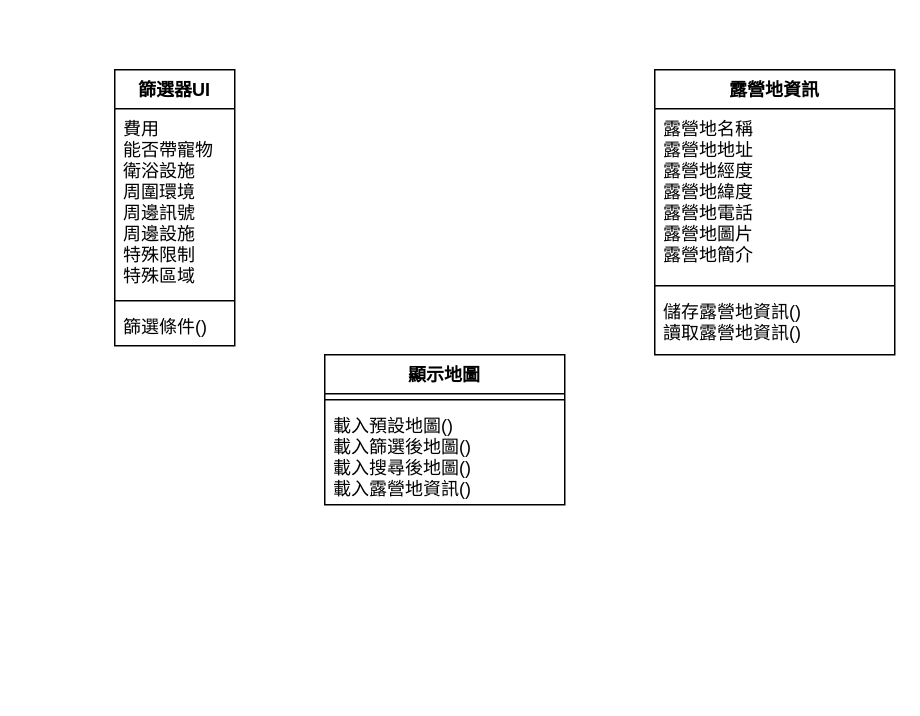
The draw.io diagram page "類別圖" (3 of 3) of UI圖.drawio in sanchongdragon/DrawIOTest, before the edit. Source tidied: cells renumbered, new cells numbered last; positions are measured from the earlier drawing's top-left corner, leaving out a move shared by most shapes. Both pictures are drawn from the tidied source at 150%, with x=0, y=0 at pixel (114, 69).
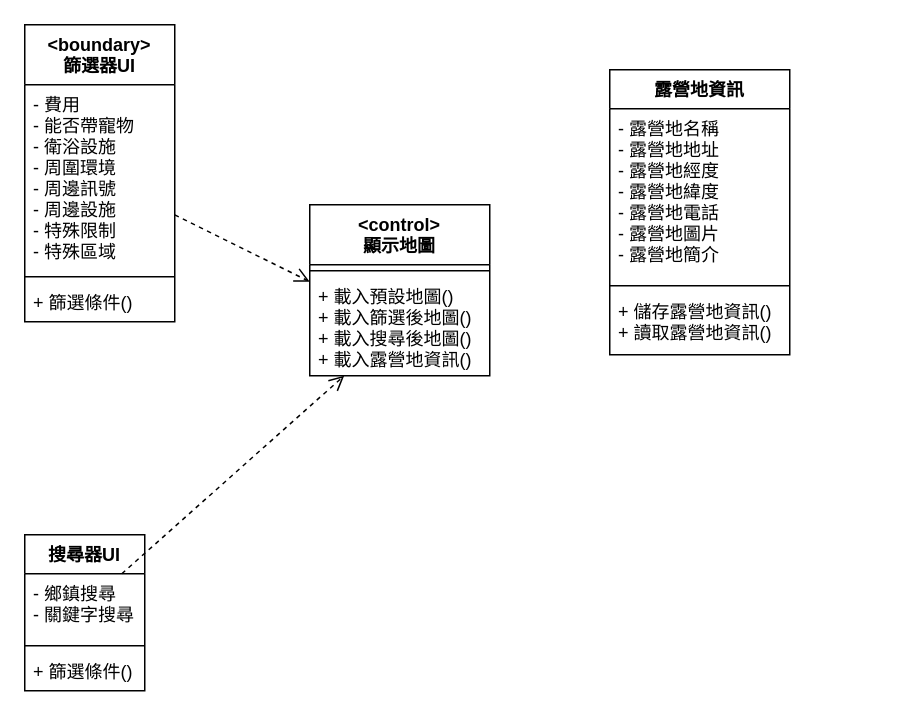
Above is the later version.

Diff of the diagram source:
```diff
@@
 <mxGraphModel>
   <root>
     <mxCell id="0" />
     <mxCell id="1" parent="0" />
-    <mxCell id="2" value="顯示地圖" style="swimlane;fontStyle=1;align=center;verticalAlign=top;horizontal=1;startSize=26;" parent="1" vertex="1">
-      <mxGeometry x="140" y="190" width="160" height="100" as="geometry" />
+    <mxCell id="2" value="&lt;control&gt;&#10;顯示地圖" style="swimlane;fontStyle=1;align=center;verticalAlign=top;horizontal=1;startSize=40;" parent="1" vertex="1">
+      <mxGeometry x="130" y="90" width="120" height="114" as="geometry" />
     </mxCell>
     <mxCell id="3" style="line;strokeWidth=1;fillColor=none;align=left;verticalAlign=middle;spacingTop=-1;spacingLeft=3;spacingRight=3;labelPosition=right;" parent="2" vertex="1">
-      <mxGeometry y="26" width="160" height="8" as="geometry" />
+      <mxGeometry y="40" width="120" height="8" as="geometry" />
     </mxCell>
-    <mxCell id="4" value="載入預設地圖()&#10;載入篩選後地圖()&#10;載入搜尋後地圖()&#10;載入露營地資訊()" style="text;strokeColor=none;fillColor=none;align=left;verticalAlign=top;spacingLeft=4;spacingRight=4;overflow=hidden;points=[[0,0.5],[1,0.5]];portConstraint=eastwest;" parent="2" vertex="1">
-      <mxGeometry y="34" width="160" height="66" as="geometry" />
+    <mxCell id="4" value="+ 載入預設地圖()&#10;+ 載入篩選後地圖()&#10;+ 載入搜尋後地圖()&#10;+ 載入露營地資訊()" style="text;strokeColor=none;fillColor=none;align=left;verticalAlign=top;spacingLeft=4;spacingRight=4;overflow=hidden;points=[[0,0.5],[1,0.5]];portConstraint=eastwest;" parent="2" vertex="1">
+      <mxGeometry y="48" width="120" height="66" as="geometry" />
     </mxCell>
     <mxCell id="5" value="露營地資訊" style="swimlane;fontStyle=1;align=center;verticalAlign=top;horizontal=1;startSize=26;" parent="1" vertex="1">
-      <mxGeometry x="360" width="160" height="190" as="geometry" />
+      <mxGeometry x="330" width="120" height="190" as="geometry" />
     </mxCell>
-    <mxCell id="6" value="露營地名稱&#10;露營地地址&#10;露營地經度&#10;露營地緯度&#10;露營地電話&#10;露營地圖片&#10;露營地簡介" style="text;strokeColor=none;fillColor=none;align=left;verticalAlign=top;spacingLeft=4;spacingRight=4;overflow=hidden;" parent="5" vertex="1">
-      <mxGeometry y="26" width="160" height="114" as="geometry" />
+    <mxCell id="6" value="- 露營地名稱&#10;- 露營地地址&#10;- 露營地經度&#10;- 露營地緯度&#10;- 露營地電話&#10;- 露營地圖片&#10;- 露營地簡介" style="text;strokeColor=none;fillColor=none;align=left;verticalAlign=top;spacingLeft=4;spacingRight=4;overflow=hidden;" parent="5" vertex="1">
+      <mxGeometry y="26" width="120" height="114" as="geometry" />
     </mxCell>
     <mxCell id="7" style="line;strokeWidth=1;fillColor=none;align=left;verticalAlign=middle;spacingTop=-1;spacingLeft=3;spacingRight=3;labelPosition=right;" parent="5" vertex="1">
-      <mxGeometry y="140" width="160" height="8" as="geometry" />
+      <mxGeometry y="140" width="120" height="8" as="geometry" />
     </mxCell>
-    <mxCell id="8" value="儲存露營地資訊()&#10;讀取露營地資訊()" style="text;strokeColor=none;fillColor=none;align=left;verticalAlign=top;spacingLeft=4;spacingRight=4;overflow=hidden;" parent="5" vertex="1">
-      <mxGeometry y="148" width="160" height="42" as="geometry" />
+    <mxCell id="8" value="+ 儲存露營地資訊()&#10;+ 讀取露營地資訊()" style="text;strokeColor=none;fillColor=none;align=left;verticalAlign=top;spacingLeft=4;spacingRight=4;overflow=hidden;" parent="5" vertex="1">
+      <mxGeometry y="148" width="120" height="42" as="geometry" />
     </mxCell>
-    <mxCell id="9" value="篩選器UI" style="swimlane;fontStyle=1;align=center;verticalAlign=top;horizontal=1;startSize=26;" parent="1" vertex="1">
-      <mxGeometry width="80" height="184" as="geometry" />
+    <mxCell id="9" value="&lt;boundary&gt;&#10;篩選器UI" style="swimlane;fontStyle=1;align=center;verticalAlign=top;horizontal=1;startSize=40;" parent="1" vertex="1">
+      <mxGeometry x="-60" y="-30" width="100" height="198" as="geometry" />
     </mxCell>
-    <mxCell id="10" value="費用&#10;能否帶寵物&#10;衛浴設施&#10;周圍環境&#10;周邊訊號&#10;周邊設施&#10;特殊限制&#10;特殊區域" style="text;strokeColor=none;fillColor=none;align=left;verticalAlign=top;spacingLeft=4;spacingRight=4;overflow=hidden;points=[[0,0.5],[1,0.5]];portConstraint=eastwest;" parent="9" vertex="1">
-      <mxGeometry y="26" width="80" height="124" as="geometry" />
+    <mxCell id="10" value="- 費用&#10;- 能否帶寵物&#10;- 衛浴設施&#10;- 周圍環境&#10;- 周邊訊號&#10;- 周邊設施&#10;- 特殊限制&#10;- 特殊區域" style="text;strokeColor=none;fillColor=none;align=left;verticalAlign=top;spacingLeft=4;spacingRight=4;overflow=hidden;points=[[0,0.5],[1,0.5]];portConstraint=eastwest;" parent="9" vertex="1">
+      <mxGeometry y="40" width="100" height="124" as="geometry" />
     </mxCell>
     <mxCell id="11" style="line;strokeWidth=1;fillColor=none;align=left;verticalAlign=middle;spacingTop=-1;spacingLeft=3;spacingRight=3;labelPosition=right;" parent="9" vertex="1">
-      <mxGeometry y="150" width="80" height="8" as="geometry" />
+      <mxGeometry y="164" width="100" height="8" as="geometry" />
     </mxCell>
-    <mxCell id="12" value="篩選條件()" style="text;strokeColor=none;fillColor=none;align=left;verticalAlign=top;spacingLeft=4;spacingRight=4;overflow=hidden;" parent="9" vertex="1">
-      <mxGeometry y="158" width="80" height="26" as="geometry" />
+    <mxCell id="12" value="+ 篩選條件()" style="text;strokeColor=none;fillColor=none;align=left;verticalAlign=top;spacingLeft=4;spacingRight=4;overflow=hidden;" parent="9" vertex="1">
+      <mxGeometry y="172" width="100" height="26" as="geometry" />
     </mxCell>
+    <mxCell id="13" value="搜尋器UI" style="swimlane;fontStyle=1;align=center;verticalAlign=top;horizontal=1;startSize=26;" parent="1" vertex="1">
+      <mxGeometry x="-60" y="310" width="80" height="104" as="geometry" />
+    </mxCell>
+    <mxCell id="14" value="- 鄉鎮搜尋&#10;- 關鍵字搜尋" style="text;strokeColor=none;fillColor=none;align=left;verticalAlign=top;spacingLeft=4;spacingRight=4;overflow=hidden;points=[[0,0.5],[1,0.5]];portConstraint=eastwest;" parent="13" vertex="1">
+      <mxGeometry y="26" width="80" height="44" as="geometry" />
+    </mxCell>
+    <mxCell id="15" style="line;strokeWidth=1;fillColor=none;align=left;verticalAlign=middle;spacingTop=-1;spacingLeft=3;spacingRight=3;labelPosition=right;" parent="13" vertex="1">
+      <mxGeometry y="70" width="80" height="8" as="geometry" />
+    </mxCell>
+    <mxCell id="16" value="+ 篩選條件()" style="text;strokeColor=none;fillColor=none;align=left;verticalAlign=top;spacingLeft=4;spacingRight=4;overflow=hidden;" parent="13" vertex="1">
+      <mxGeometry y="78" width="80" height="26" as="geometry" />
+    </mxCell>
+    <mxCell id="17" style="html=1;verticalAlign=bottom;endArrow=open;dashed=1;endSize=8;" parent="1" edge="1" source="10" target="4">
+      <mxGeometry relative="1" as="geometry" />
+    </mxCell>
+    <mxCell id="18" style="html=1;verticalAlign=bottom;endArrow=open;dashed=1;endSize=8;" parent="1" edge="1" source="14" target="4">
+      <mxGeometry relative="1" as="geometry" />
+    </mxCell>
   </root>
 </mxGraphModel>
```
